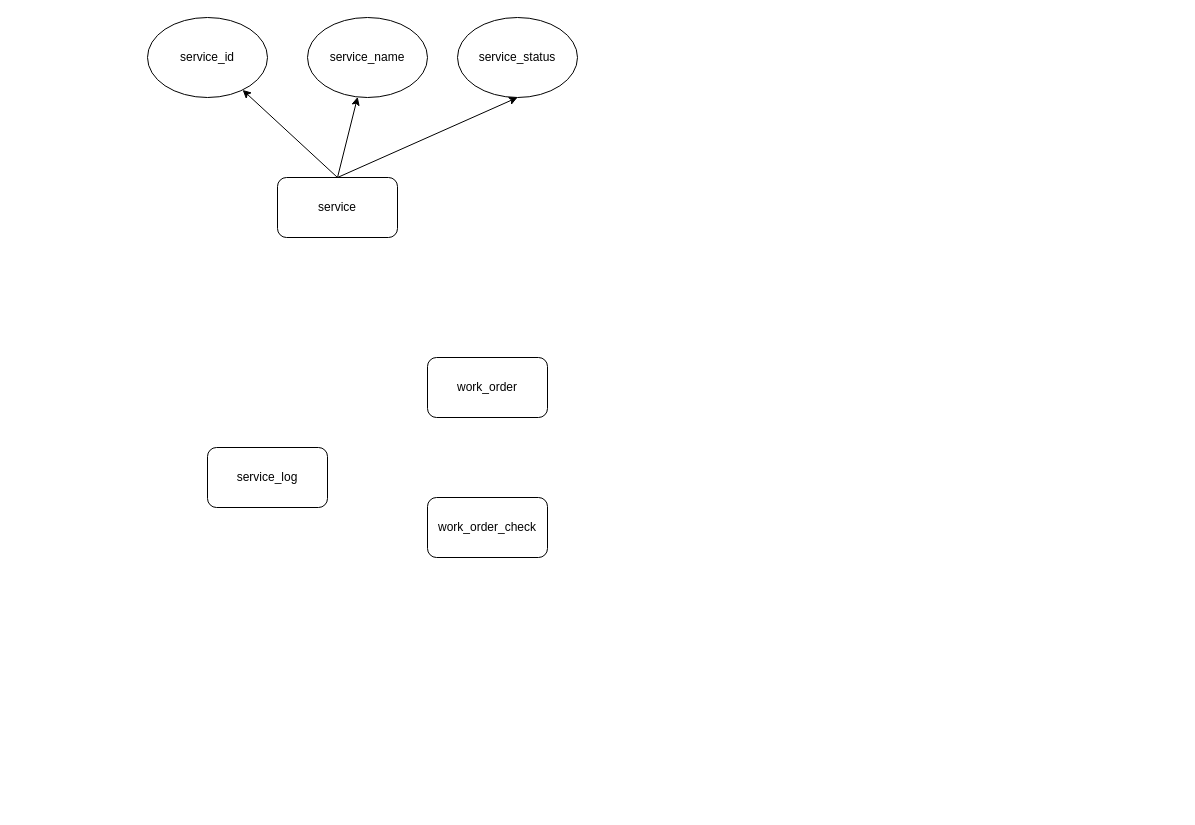
Before: 未命名绘图.drawio in super-ll/testgit2, a draw.io diagram. Source tidied: cells renumbered, new cells numbered last; positions are measured from the earlier drawing's top-left corner, leaving out a move shared by most shapes. Both pictures are drawn from the tidied source at 100%, with x=0, y=0 at pixel (147, 17).
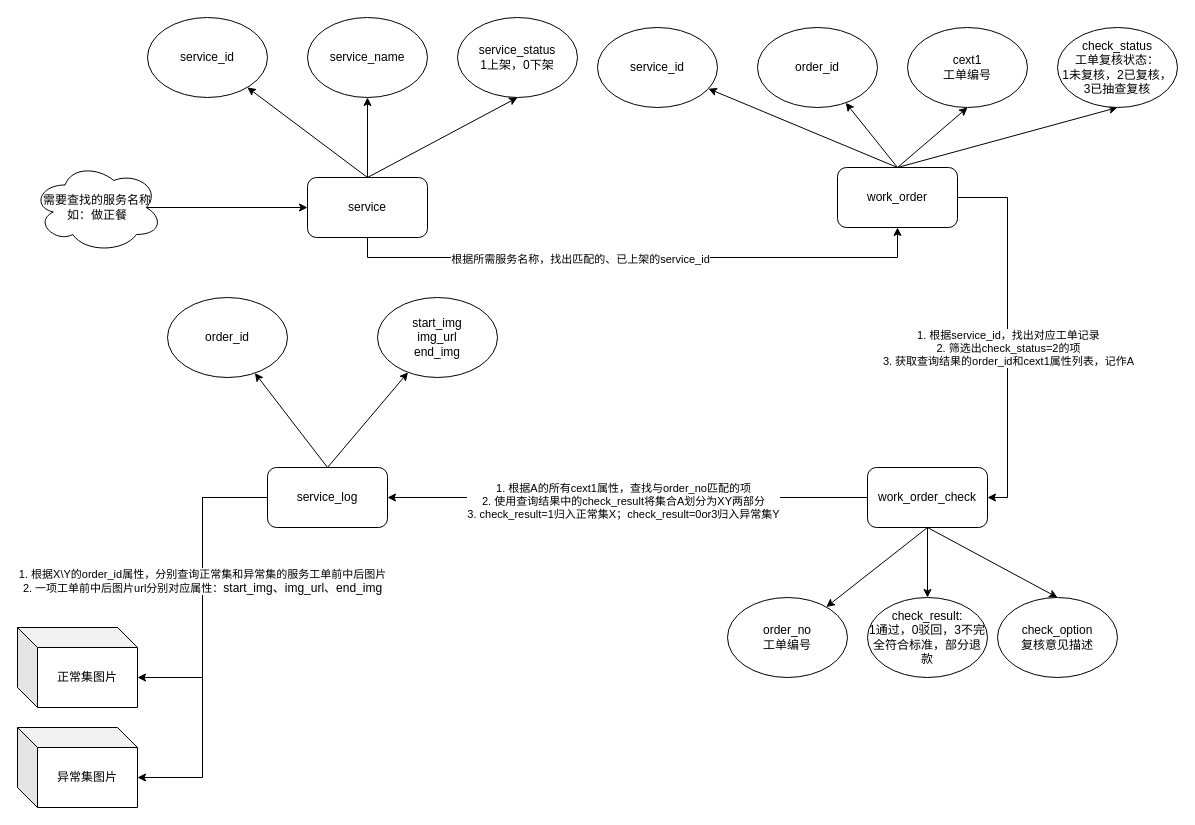
The same page after the edit.

Commit message (it also covers changes not shown here):
更新未命名绘图.drawio

Change to the diagram source:
```diff
@@
+    <mxCell id="12" style="edgeStyle=orthogonalEdgeStyle;rounded=0;jettySize=auto;html=1;exitX=0.5;exitY=1;exitDx=0;exitDy=0;entryX=0.5;entryY=1;entryDx=0;entryDy=0;" parent="1" edge="1" source="2" target="9">
+      <mxGeometry relative="1" as="geometry" />
+    </mxCell>
+    <mxCell id="13" value="根据所需服务名称，找出匹配的、已上架的service_id" style="edgeLabel;html=1;align=center;verticalAlign=middle;" parent="12" vertex="1">
+      <mxGeometry x="-0.2" y="-1" relative="1" as="geometry" />
+    </mxCell>
     <mxCell id="2" value="service" style="rounded=1;whiteSpace=wrap;html=1;" parent="1" vertex="1">
-      <mxGeometry x="130" y="160" width="120" height="60" as="geometry" />
+      <mxGeometry x="160" y="160" width="120" height="60" as="geometry" />
     </mxCell>
@@
-    <mxCell id="7" value="service_status" style="ellipse;whiteSpace=wrap;html=1;" parent="1" vertex="1">
+    <mxCell id="7" value="service_status&lt;div&gt;1上架，0下架&lt;/div&gt;" style="ellipse;whiteSpace=wrap;html=1;" parent="1" vertex="1">
       <mxGeometry x="310" width="120" height="80" as="geometry" />
     </mxCell>
@@
+    <mxCell id="14" style="rounded=0;jettySize=auto;html=1;exitX=0.5;exitY=0;exitDx=0;exitDy=0;entryX=0.5;entryY=1;entryDx=0;entryDy=0;" parent="1" edge="1" source="9" target="23">
+      <mxGeometry relative="1" as="geometry" />
+    </mxCell>
+    <mxCell id="15" style="edgeStyle=orthogonalEdgeStyle;rounded=0;jettySize=auto;html=1;exitX=1;exitY=0.5;exitDx=0;exitDy=0;entryX=1;entryY=0.5;entryDx=0;entryDy=0;" parent="1" edge="1" source="9" target="11">
+      <mxGeometry relative="1" as="geometry" />
+    </mxCell>
+    <mxCell id="16" value="1. 根据service_id，找出对应工单记录&lt;div&gt;2. 筛选出check_status=2的项&lt;/div&gt;&lt;div&gt;3. 获取查询结果的order_id和cext1属性列表，记作A&lt;/div&gt;" style="edgeLabel;html=1;align=center;verticalAlign=middle;" parent="15" vertex="1">
+      <mxGeometry x="0.08" relative="1" as="geometry" />
+    </mxCell>
     <mxCell id="9" value="work_order" style="rounded=1;whiteSpace=wrap;html=1;" parent="1" vertex="1">
-      <mxGeometry x="280" y="340" width="120" height="60" as="geometry" />
+      <mxGeometry x="690" y="150" width="120" height="60" as="geometry" />
     </mxCell>
+    <mxCell id="17" style="endArrow=classic;html=1;rounded=0;exitX=0.5;exitY=0;exitDx=0;exitDy=0;" parent="1" edge="1" source="9" target="18">
+      <mxGeometry relative="1" as="geometry" />
+    </mxCell>
+    <mxCell id="18" value="service_id" style="ellipse;whiteSpace=wrap;html=1;" parent="1" vertex="1">
+      <mxGeometry x="450" y="10" width="120" height="80" as="geometry" />
+    </mxCell>
+    <mxCell id="19" style="endArrow=classic;html=1;rounded=0;exitX=0.5;exitY=0;exitDx=0;exitDy=0;" parent="1" edge="1" source="9" target="20">
+      <mxGeometry relative="1" as="geometry" />
+    </mxCell>
+    <mxCell id="20" value="order_id" style="ellipse;whiteSpace=wrap;html=1;" parent="1" vertex="1">
+      <mxGeometry x="610" y="10" width="120" height="80" as="geometry" />
+    </mxCell>
+    <mxCell id="21" value="cext1&lt;br&gt;工单编号" style="ellipse;whiteSpace=wrap;html=1;" parent="1" vertex="1">
+      <mxGeometry x="760" y="10" width="120" height="80" as="geometry" />
+    </mxCell>
+    <mxCell id="22" style="endArrow=classic;html=1;rounded=0;exitX=0.5;exitY=0;exitDx=0;exitDy=0;entryX=0.5;entryY=1;entryDx=0;entryDy=0;" parent="1" edge="1" source="9" target="21">
+      <mxGeometry relative="1" as="geometry" />
+    </mxCell>
+    <mxCell id="23" value="check_status&lt;br&gt;工单复核状态：&lt;br&gt;1未复核，2已复核，&lt;div&gt;3已抽查复核&lt;/div&gt;" style="ellipse;whiteSpace=wrap;html=1;" parent="1" vertex="1">
+      <mxGeometry x="910" y="10" width="120" height="80" as="geometry" />
+    </mxCell>
     <mxCell id="10" value="service_log" style="rounded=1;whiteSpace=wrap;html=1;" parent="1" vertex="1">
-      <mxGeometry x="60" y="430" width="120" height="60" as="geometry" />
+      <mxGeometry x="120" y="450" width="120" height="60" as="geometry" />
     </mxCell>
+    <mxCell id="24" style="endArrow=classic;html=1;rounded=0;exitX=0.5;exitY=0;exitDx=0;exitDy=0;" parent="1" edge="1" source="10" target="25">
+      <mxGeometry relative="1" as="geometry" />
+    </mxCell>
+    <mxCell id="25" value="order_id" style="ellipse;whiteSpace=wrap;html=1;" parent="1" vertex="1">
+      <mxGeometry x="20" y="280" width="120" height="80" as="geometry" />
+    </mxCell>
+    <mxCell id="26" style="endArrow=classic;html=1;rounded=0;exitX=0.5;exitY=0;exitDx=0;exitDy=0;" parent="1" edge="1" source="10" target="27">
+      <mxGeometry relative="1" as="geometry" />
+    </mxCell>
+    <mxCell id="27" value="start_img&lt;br&gt;img_url&lt;br&gt;end_img" style="ellipse;whiteSpace=wrap;html=1;" parent="1" vertex="1">
+      <mxGeometry x="230" y="280" width="120" height="80" as="geometry" />
+    </mxCell>
+    <mxCell id="28" style="edgeStyle=orthogonalEdgeStyle;rounded=0;jettySize=auto;html=1;exitX=0;exitY=0.5;exitDx=0;exitDy=0;entryX=1;entryY=0.5;entryDx=0;entryDy=0;" parent="1" edge="1" source="11" target="10">
+      <mxGeometry relative="1" as="geometry" />
+    </mxCell>
+    <mxCell id="29" value="1. 根据A的所有cext1属性，查找与order_no匹配的项&lt;div&gt;2. 使用查询结果中的check_result将集合A划分为XY两部分&lt;/div&gt;&lt;div&gt;3. check_result=1归入正常集X；check_result=0or3归入异常集Y&lt;/div&gt;" style="edgeLabel;html=1;align=center;verticalAlign=middle;" parent="28" vertex="1">
+      <mxGeometry x="0.02" y="3" relative="1" as="geometry" />
+    </mxCell>
+    <mxCell id="30" style="rounded=0;jettySize=auto;html=1;exitX=0.5;exitY=1;exitDx=0;exitDy=0;entryX=0.5;entryY=0;entryDx=0;entryDy=0;" parent="1" edge="1" source="11" target="35">
+      <mxGeometry relative="1" as="geometry" />
+    </mxCell>
     <mxCell id="11" value="work_order_check" style="rounded=1;whiteSpace=wrap;html=1;" parent="1" vertex="1">
-      <mxGeometry x="280" y="480" width="120" height="60" as="geometry" />
+      <mxGeometry x="720" y="450" width="120" height="60" as="geometry" />
     </mxCell>
+    <mxCell id="31" style="endArrow=classic;html=1;rounded=0;exitX=0.5;exitY=1;exitDx=0;exitDy=0;" parent="1" edge="1" source="11" target="32">
+      <mxGeometry relative="1" as="geometry" />
+    </mxCell>
+    <mxCell id="32" value="order_no&lt;div&gt;工单编号&lt;/div&gt;" style="ellipse;whiteSpace=wrap;html=1;" parent="1" vertex="1">
+      <mxGeometry x="580" y="580" width="120" height="80" as="geometry" />
+    </mxCell>
+    <mxCell id="33" style="endArrow=classic;html=1;rounded=0;exitX=0.5;exitY=1;exitDx=0;exitDy=0;" parent="1" edge="1" source="11" target="34">
+      <mxGeometry relative="1" as="geometry" />
+    </mxCell>
+    <mxCell id="34" value="check_result:&lt;div&gt;1通过，0驳回，3不完全符合标准，部分退款&lt;/div&gt;" style="ellipse;whiteSpace=wrap;html=1;" parent="1" vertex="1">
+      <mxGeometry x="720" y="580" width="120" height="80" as="geometry" />
+    </mxCell>
+    <mxCell id="35" value="check_option&lt;br&gt;复核意见描述" style="ellipse;whiteSpace=wrap;html=1;" parent="1" vertex="1">
+      <mxGeometry x="850" y="580" width="120" height="80" as="geometry" />
+    </mxCell>
+    <mxCell id="36" value="正常集图片" style="shape=cube;whiteSpace=wrap;html=1;boundedLbl=1;backgroundOutline=1;darkOpacity=0.05;darkOpacity2=0.1;" parent="1" vertex="1">
+      <mxGeometry x="-130" y="610" width="120" height="80" as="geometry" />
+    </mxCell>
+    <mxCell id="37" value="异常集图片" style="shape=cube;whiteSpace=wrap;html=1;boundedLbl=1;backgroundOutline=1;darkOpacity=0.05;darkOpacity2=0.1;" parent="1" vertex="1">
+      <mxGeometry x="-130" y="710" width="120" height="80" as="geometry" />
+    </mxCell>
+    <mxCell id="38" style="edgeStyle=orthogonalEdgeStyle;rounded=0;jettySize=auto;html=1;exitX=0;exitY=0.5;exitDx=0;exitDy=0;entryX=0;entryY=0;entryDx=120;entryDy=50;entryPerimeter=0;" parent="1" edge="1" source="10" target="36">
+      <mxGeometry relative="1" as="geometry" />
+    </mxCell>
+    <mxCell id="39" style="edgeStyle=orthogonalEdgeStyle;rounded=0;jettySize=auto;html=1;exitX=0;exitY=0.5;exitDx=0;exitDy=0;entryX=0;entryY=0;entryDx=120;entryDy=50;entryPerimeter=0;" parent="1" edge="1" source="10" target="37">
+      <mxGeometry relative="1" as="geometry" />
+    </mxCell>
+    <mxCell id="40" value="1. 根据X\Y的order_id属性，分别查询正常集和异常集的服务工单前中后图片&lt;div&gt;2. 一项工单前中后图片url分别对应属性：&lt;span style=&quot;background-color: rgb(251, 251, 251); font-size: 12px; text-wrap: wrap;&quot;&gt;start_img、&lt;/span&gt;&lt;span style=&quot;background-color: rgb(251, 251, 251); font-size: 12px; text-wrap: wrap;&quot;&gt;img_url、&lt;/span&gt;&lt;span style=&quot;background-color: rgb(251, 251, 251); font-size: 12px; text-wrap: wrap;&quot;&gt;end_img&lt;/span&gt;&lt;/div&gt;" style="edgeLabel;html=1;align=center;verticalAlign=middle;" parent="39" vertex="1">
+      <mxGeometry x="-0.28" y="-1" relative="1" as="geometry" />
+    </mxCell>
+    <mxCell id="41" style="edgeStyle=orthogonalEdgeStyle;rounded=0;jettySize=auto;html=1;exitX=0.875;exitY=0.5;exitDx=0;exitDy=0;exitPerimeter=0;entryX=0;entryY=0.5;entryDx=0;entryDy=0;" parent="1" edge="1" source="42" target="2">
+      <mxGeometry relative="1" as="geometry" />
+    </mxCell>
+    <mxCell id="42" value="需要查找的服务名称&lt;div&gt;如：做正餐&lt;/div&gt;" style="ellipse;shape=cloud;whiteSpace=wrap;html=1;" parent="1" vertex="1">
+      <mxGeometry x="-115" y="145" width="130" height="90" as="geometry" />
+    </mxCell>
```
